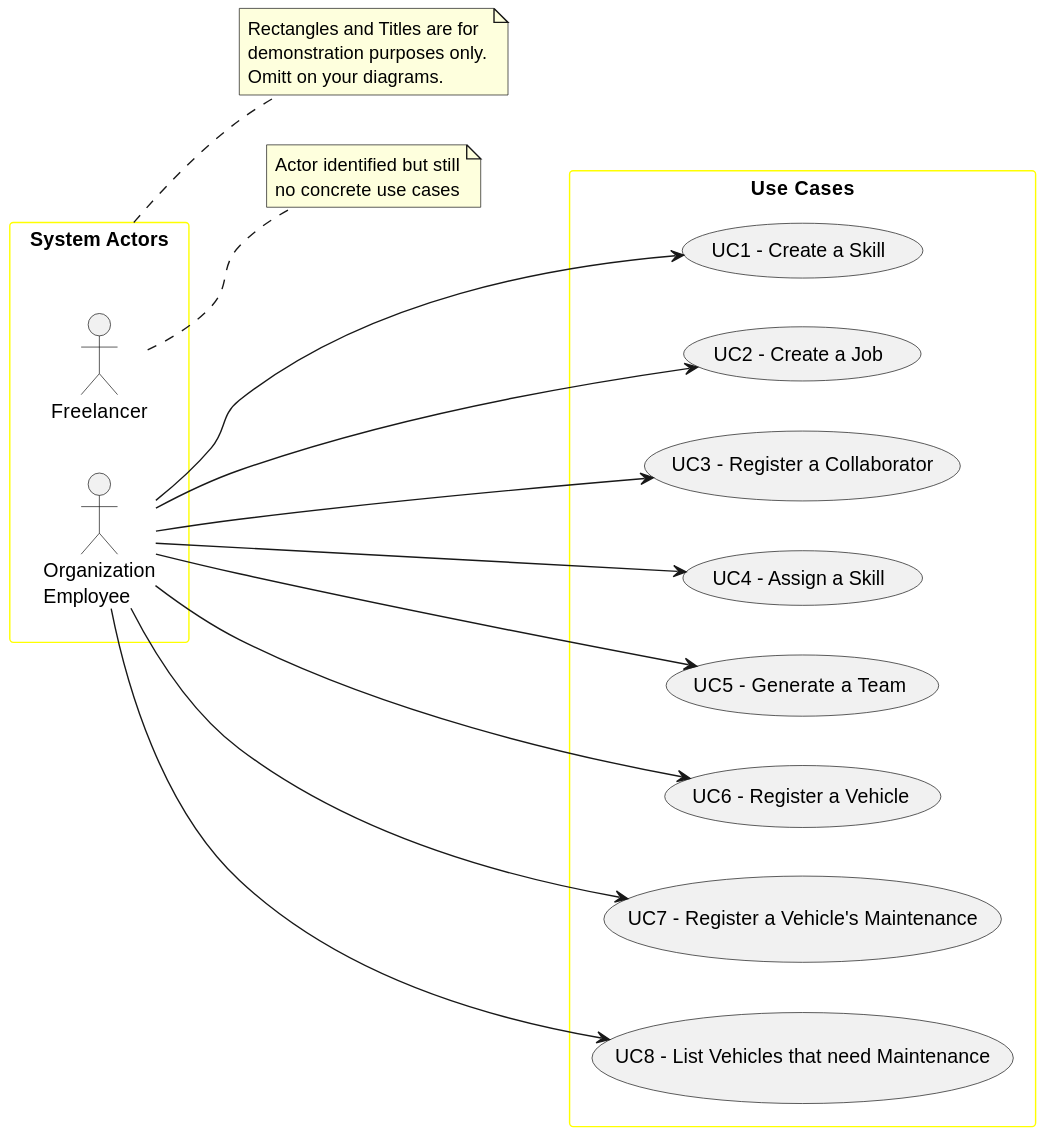
Above: docs/sprint2/global-artifacts/01.requirements-engineering/svg/use-case-diagram.svg in tiagosoa/lei-24-s2-1dgh-g073 (PlantUML), before the change.
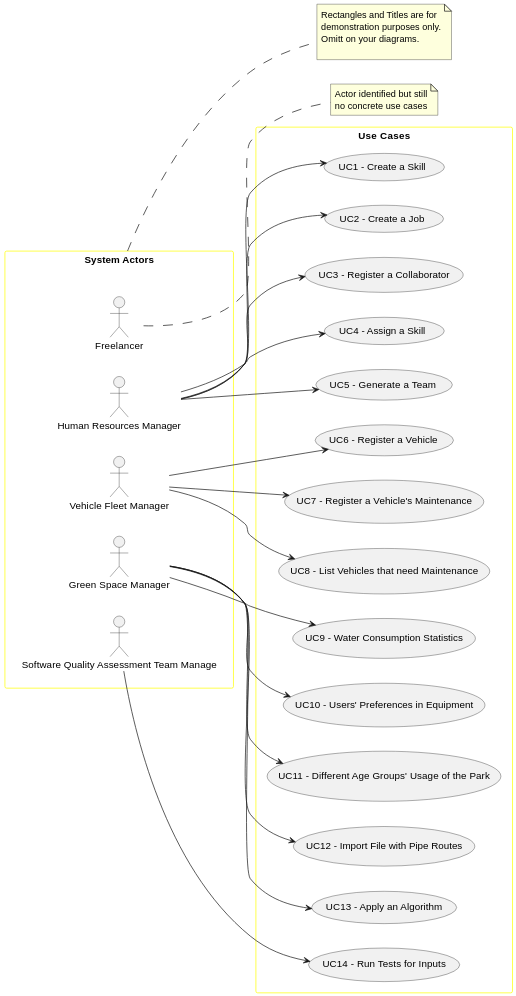
Above is the later version.

Diff of the diagram source:
```diff
@@ -10,7 +10,10 @@
 
 rectangle "System Actors" as actors {
     actor Freelancer
-    actor "Organization\nEmployee" as Employee
+    actor "Human Resources Manager" as HRM
+    actor "Vehicle Fleet Manager" as VFM
+    actor "Green Space Manager" as GSM
+    actor "Software Quality Assessment Team Manage" as QAM
 }
 
 
@@ -28,19 +31,34 @@
     usecase "UC6 - Register a Vehicle" as UC6
     usecase "UC7 - Register a Vehicle's Maintenance" as UC7
     usecase "UC8 - List Vehicles that need Maintenance" as UC8
+    usecase "UC9 - Water Consumption Statistics" as UC9
+    usecase "UC10 - Users' Preferences in Equipment" as UC10
+    usecase "UC11 - Different Age Groups' Usage of the Park" as UC11
+    usecase "UC12 - Import File with Pipe Routes" as UC12
+    usecase "UC13 - Apply an Algorithm" as UC13
+    usecase "UC14 - Run Tests for Inputs" as UC14
 
-    Employee ---> UC1
-    Employee --> UC2
-    Employee --> UC3
-    Employee --> UC4
-    Employee --> UC5
-    Employee --> UC6
-    Employee --> UC7
-    Employee --> UC8
+    HRM --> UC1
+    HRM --> UC2
+    HRM --> UC3
+    HRM --> UC4
+    HRM --> UC5
+    VFM --> UC6
+    VFM --> UC7
+    VFM --> UC8
+    GSM --> UC9
+    GSM --> UC10
+    GSM --> UC11
+    GSM --> UC12
+    GSM --> UC13
+    QAM --> UC14
+
+
 }
 note right of actors
     Rectangles and Titles are for
     demonstration purposes only.
     Omitt on your diagrams.
+
 end note
 @enduml
```
